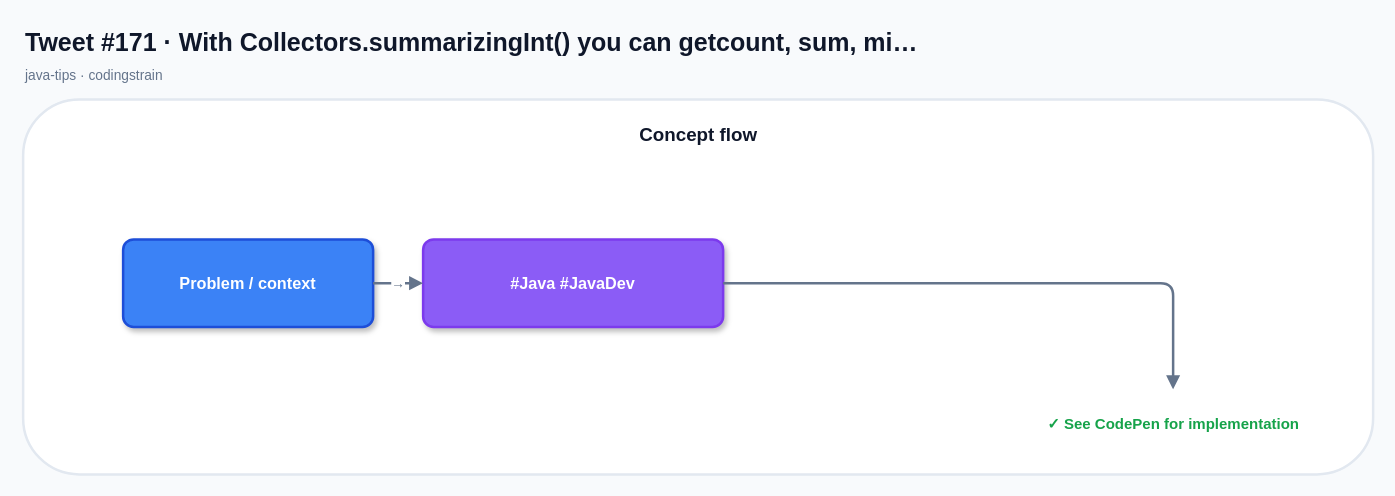
Before: x-posts-examples/generated-x-posts/drawio/tweet-171.drawio in mcasari/codingstrain, a draw.io diagram. Source tidied: cells renumbered, new cells numbered last; positions are measured from the earlier drawing's top-left corner, leaving out a move shared by most shapes. Both pictures are drawn from the tidied source at 125%, with x=0, y=0 at pixel (22, 21).
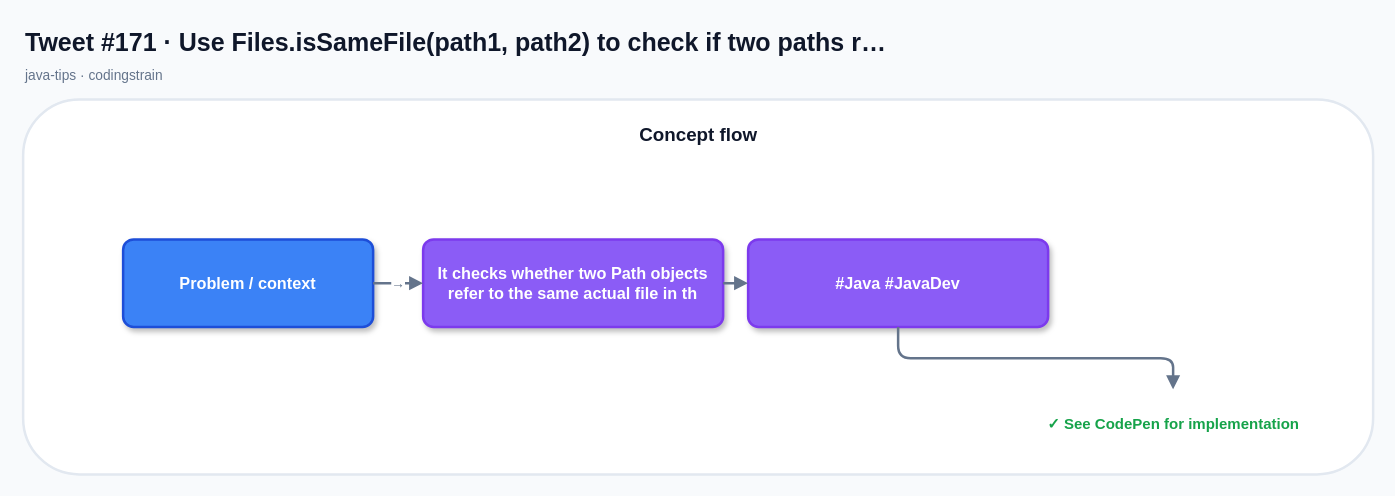
After the change.

Diff of the diagram source:
```diff
@@
 <mxGraphModel background="#F8FAFC">
   <root>
     <mxCell id="0" />
     <mxCell id="1" parent="0" />
-    <mxCell id="2" value="Tweet #171 · With Collectors.summarizingInt() you can getcount, sum, mi…" style="text;html=1;strokeColor=none;fillColor=none;align=left;verticalAlign=middle;fontSize=20;fontStyle=1;fontColor=#0F172A;" parent="1" vertex="1">
+    <mxCell id="2" value="Tweet #171 · Use Files.isSameFile(path1, path2) to check if two paths r…" style="text;html=1;strokeColor=none;fillColor=none;align=left;verticalAlign=middle;fontSize=20;fontStyle=1;fontColor=#0F172A;" parent="1" vertex="1">
       <mxGeometry width="760" height="32" as="geometry" />
     </mxCell>
     <mxCell id="3" value="java-tips · codingstrain" style="text;html=1;strokeColor=none;fillColor=none;align=left;verticalAlign=middle;fontSize=11;fontStyle=0;fontColor=#64748B;" parent="1" vertex="1">
       <mxGeometry y="32" width="520" height="22" as="geometry" />
     </mxCell>
     <mxCell id="4" style="rounded=1;fillColor=#FFFFFF;strokeColor=#E2E8F0;strokeWidth=2;shadow=0;" parent="1" vertex="1">
       <mxGeometry y="62" width="1080" height="300" as="geometry" />
     </mxCell>
     <mxCell id="5" value="Concept flow" style="text;html=1;strokeColor=none;fillColor=none;align=center;verticalAlign=middle;fontSize=15;fontStyle=1;fontColor=#0F172A;" parent="1" vertex="1">
       <mxGeometry x="20" y="76" width="1040" height="28" as="geometry" />
     </mxCell>
     <mxCell id="6" value="Problem / context" style="rounded=1;whiteSpace=wrap;html=1;arcSize=12;fillColor=#3B82F6;strokeColor=#1D4ED8;strokeWidth=2;fontColor=#FFFFFF;fontSize=13;fontStyle=1;shadow=1;align=center;verticalAlign=middle;" parent="1" vertex="1">
       <mxGeometry x="80" y="174" width="200" height="70" as="geometry" />
     </mxCell>
-    <mxCell id="7" value="#Java #JavaDev" style="rounded=1;whiteSpace=wrap;html=1;arcSize=12;fillColor=#8B5CF6;strokeColor=#7C3AED;strokeWidth=2;fontColor=#FFFFFF;fontSize=13;fontStyle=1;shadow=1;align=center;verticalAlign=middle;" parent="1" vertex="1">
+    <mxCell id="7" value="It checks whether two Path objects refer to the same actual file in th" style="rounded=1;whiteSpace=wrap;html=1;arcSize=12;fillColor=#8B5CF6;strokeColor=#7C3AED;strokeWidth=2;fontColor=#FFFFFF;fontSize=13;fontStyle=1;shadow=1;align=center;verticalAlign=middle;" parent="1" vertex="1">
       <mxGeometry x="320" y="174" width="240" height="70" as="geometry" />
     </mxCell>
     <mxCell id="8" value="→" style="edgeStyle=orthogonalEdgeStyle;rounded=1;jettySize=auto;html=1;endArrow=block;endFill=1;startArrow=none;strokeColor=#64748B;strokeWidth=2;fontColor=#64748B;fontSize=11;" parent="1" edge="1" source="6" target="7">
       <mxGeometry relative="1" as="geometry" />
     </mxCell>
-    <mxCell id="9" value="✓ See CodePen for implementation" style="text;html=1;strokeColor=none;fillColor=none;align=center;verticalAlign=middle;fontSize=12;fontStyle=1;fontColor=#16A34A;" parent="1" vertex="1">
-      <mxGeometry x="800" y="294" width="240" height="56" as="geometry" />
+    <mxCell id="9" value="#Java #JavaDev" style="rounded=1;whiteSpace=wrap;html=1;arcSize=12;fillColor=#8B5CF6;strokeColor=#7C3AED;strokeWidth=2;fontColor=#FFFFFF;fontSize=13;fontStyle=1;shadow=1;align=center;verticalAlign=middle;" parent="1" vertex="1">
+      <mxGeometry x="580" y="174" width="240" height="70" as="geometry" />
     </mxCell>
     <mxCell id="10" style="edgeStyle=orthogonalEdgeStyle;rounded=1;jettySize=auto;html=1;endArrow=block;endFill=1;startArrow=none;strokeColor=#64748B;strokeWidth=2;fontColor=#64748B;fontSize=11;" parent="1" edge="1" source="7" target="9">
       <mxGeometry relative="1" as="geometry" />
     </mxCell>
+    <mxCell id="11" value="✓ See CodePen for implementation" style="text;html=1;strokeColor=none;fillColor=none;align=center;verticalAlign=middle;fontSize=12;fontStyle=1;fontColor=#16A34A;" parent="1" vertex="1">
+      <mxGeometry x="800" y="294" width="240" height="56" as="geometry" />
+    </mxCell>
+    <mxCell id="12" style="edgeStyle=orthogonalEdgeStyle;rounded=1;jettySize=auto;html=1;endArrow=block;endFill=1;startArrow=none;strokeColor=#64748B;strokeWidth=2;fontColor=#64748B;fontSize=11;" parent="1" edge="1" source="9" target="11">
+      <mxGeometry relative="1" as="geometry" />
+    </mxCell>
   </root>
 </mxGraphModel>
```
